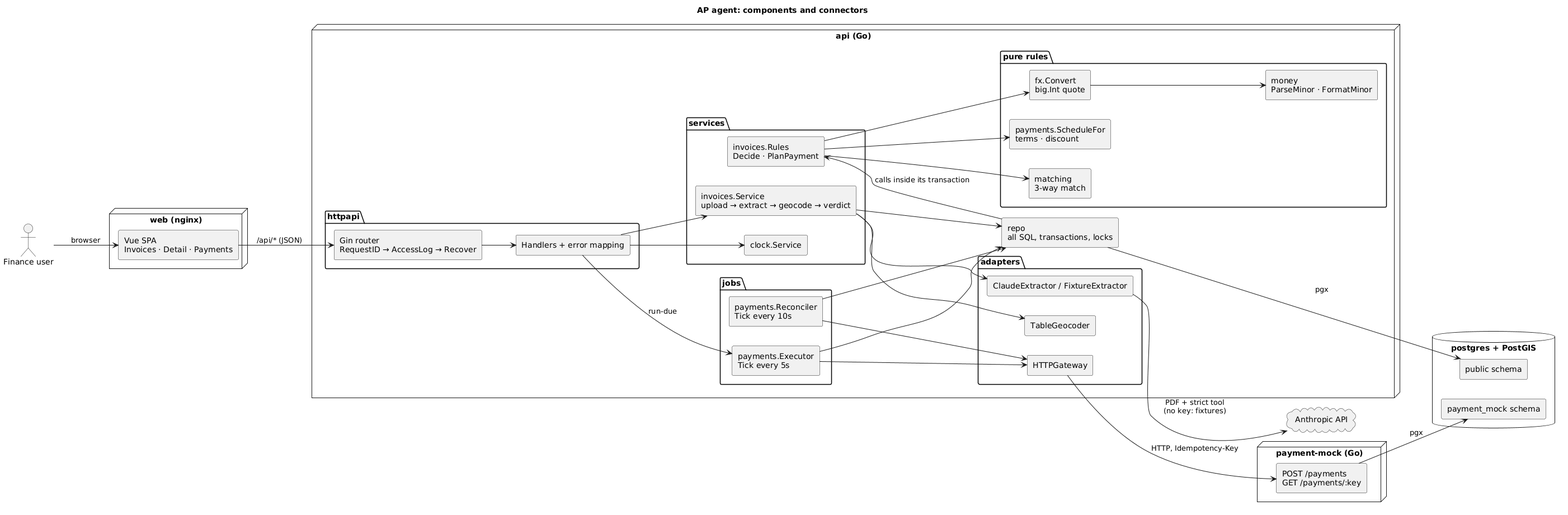
The PlantUML diagram docs/components.png in mesirendon/ainvoicer, before a commit.
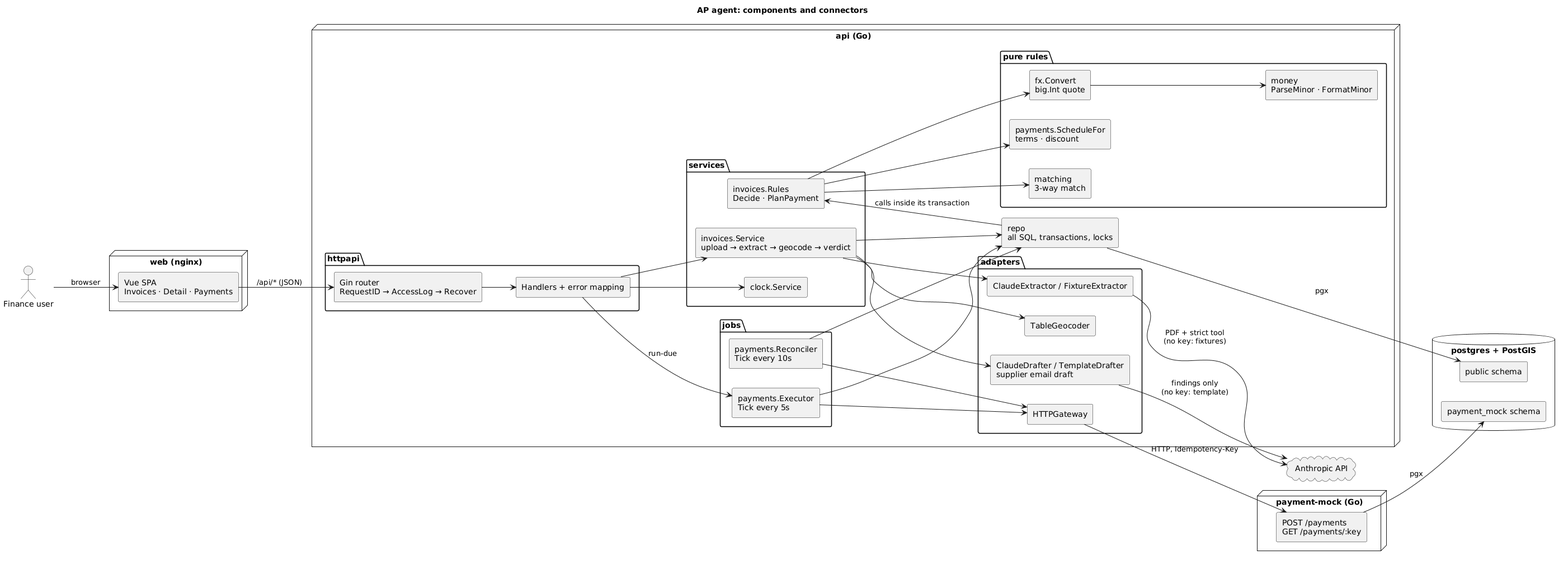
The same file after the commit.

Change to the diagram source:
```diff
@@ -33,6 +33,7 @@
   }
   package "adapters" {
     [ClaudeExtractor / FixtureExtractor] as extractor
+    [ClaudeDrafter / TemplateDrafter\nsupplier email draft] as drafter
     [TableGeocoder] as geocoder
     [HTTPGateway] as gateway
   }
@@ -58,6 +59,7 @@
 handlers --> executor : run-due
 invsvc --> extractor
 invsvc --> geocoder
+invsvc --> drafter
 invsvc --> repo
 repo --> rules : calls inside its transaction
 rules --> matching
@@ -65,6 +67,7 @@
 rules --> fx
 fx --> money
 extractor --> claude : PDF + strict tool\n(no key: fixtures)
+drafter --> claude : findings only\n(no key: template)
 executor --> repo
 reconciler --> repo
 executor --> gateway
```
